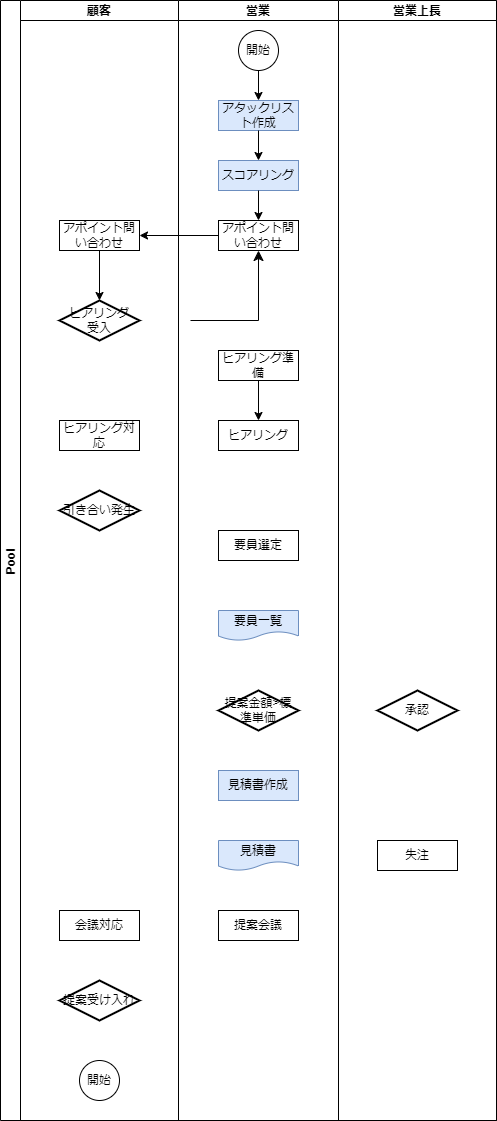
Above: ToBeワークフロー図_堀田20230613.drawio.png in TaikiHorita/TaikiRepository (draw.io), before the change. Source tidied: cells renumbered, new cells last; positions are measured from the earlier drawing's top-left corner, leaving out a move shared by most shapes.
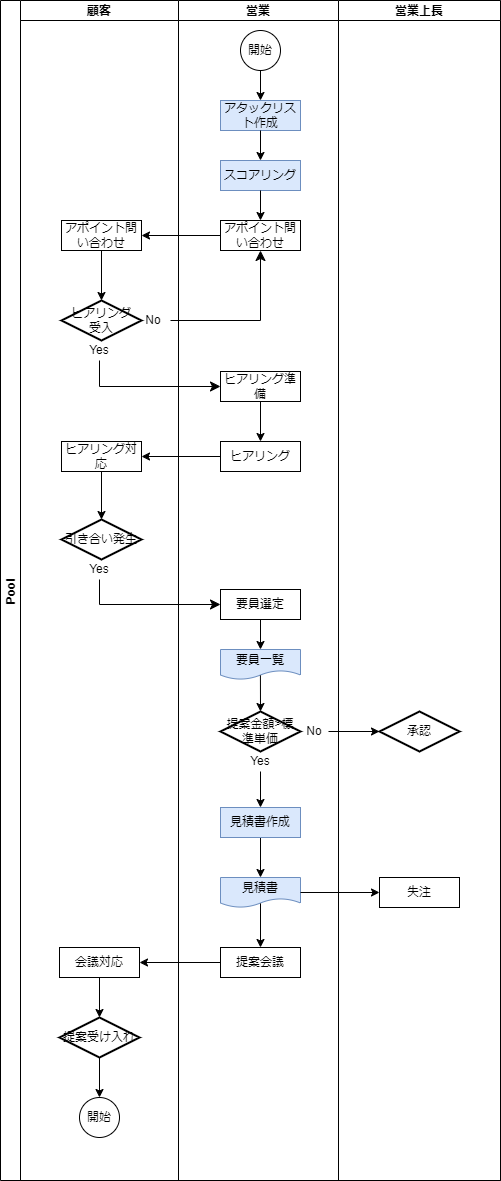
After the commit.

Commit message:
ToBeワークフロー図_堀田20230613.drawio.png を更新します

The edit, as a diff of the source:
```diff
@@ -3,73 +3,97 @@
     <mxCell id="0" />
     <mxCell id="1" parent="0" />
     <mxCell id="2" value="Pool" style="swimlane;startSize=20;horizontal=0;" parent="1" vertex="1">
-      <mxGeometry width="496" height="1120" as="geometry" />
+      <mxGeometry width="500" height="1180" as="geometry" />
     </mxCell>
     <mxCell id="3" value="顧客" style="swimlane;startSize=20;" parent="2" vertex="1">
-      <mxGeometry x="20" width="158" height="1120" as="geometry" />
+      <mxGeometry x="20" width="158" height="1180" as="geometry" />
     </mxCell>
     <mxCell id="4" value="アポイント問い合わせ" style="rounded=0;whiteSpace=wrap;html=1;" parent="3" vertex="1">
-      <mxGeometry x="39" y="220" width="80" height="30" as="geometry" />
+      <mxGeometry x="41" y="220" width="80" height="30" as="geometry" />
     </mxCell>
     <mxCell id="5" value="ヒアリング&lt;br&gt;受入" style="strokeWidth=2;html=1;shape=mxgraph.flowchart.decision;whiteSpace=wrap;" parent="3" vertex="1">
-      <mxGeometry x="39" y="300" width="80" height="40" as="geometry" />
+      <mxGeometry x="41" y="300" width="80" height="40" as="geometry" />
     </mxCell>
     <mxCell id="6" value="ヒアリング対応" style="rounded=0;whiteSpace=wrap;html=1;" parent="3" vertex="1">
-      <mxGeometry x="39" y="420" width="80" height="30" as="geometry" />
+      <mxGeometry x="41" y="441" width="80" height="30" as="geometry" />
     </mxCell>
     <mxCell id="7" value="引き合い発生" style="strokeWidth=2;html=1;shape=mxgraph.flowchart.decision;whiteSpace=wrap;" parent="3" vertex="1">
-      <mxGeometry x="39" y="490" width="80" height="40" as="geometry" />
+      <mxGeometry x="41" y="519" width="80" height="40" as="geometry" />
     </mxCell>
+    <mxCell id="34" style="edgeStyle=orthogonalEdgeStyle;rounded=0;jettySize=auto;html=1;exitX=0.5;exitY=1;exitDx=0;exitDy=0;entryX=0.5;entryY=0;entryDx=0;entryDy=0;entryPerimeter=0;" parent="3" edge="1" source="8" target="9">
+      <mxGeometry relative="1" as="geometry" />
+    </mxCell>
     <mxCell id="8" value="会議対応" style="rounded=0;whiteSpace=wrap;html=1;" parent="3" vertex="1">
-      <mxGeometry x="39" y="910" width="80" height="30" as="geometry" />
+      <mxGeometry x="39" y="947" width="80" height="30" as="geometry" />
     </mxCell>
+    <mxCell id="35" style="edgeStyle=orthogonalEdgeStyle;rounded=0;jettySize=auto;html=1;exitX=0.5;exitY=1;exitDx=0;exitDy=0;exitPerimeter=0;entryX=0.5;entryY=0;entryDx=0;entryDy=0;" parent="3" edge="1" source="9" target="10">
+      <mxGeometry relative="1" as="geometry" />
+    </mxCell>
     <mxCell id="9" value="提案受け入れ" style="strokeWidth=2;html=1;shape=mxgraph.flowchart.decision;whiteSpace=wrap;" parent="3" vertex="1">
-      <mxGeometry x="39" y="980" width="80" height="40" as="geometry" />
+      <mxGeometry x="39" y="1017" width="80" height="40" as="geometry" />
     </mxCell>
     <mxCell id="10" value="開始" style="ellipse;whiteSpace=wrap;html=1;" parent="3" vertex="1">
-      <mxGeometry x="59" y="1060" width="40" height="40" as="geometry" />
+      <mxGeometry x="59" y="1097" width="40" height="40" as="geometry" />
     </mxCell>
     <mxCell id="11" style="endArrow=classic;html=1;rounded=0;exitX=0.5;exitY=1;exitDx=0;exitDy=0;entryX=0.5;entryY=0;entryDx=0;entryDy=0;entryPerimeter=0;" parent="3" edge="1" source="4" target="5">
       <mxGeometry relative="1" as="geometry" />
     </mxCell>
+    <mxCell id="36" value="No" style="text;strokeColor=none;align=center;fillColor=none;html=1;verticalAlign=middle;whiteSpace=wrap;rounded=0;" parent="3" vertex="1">
+      <mxGeometry x="119" y="310" width="28" height="20" as="geometry" />
+    </mxCell>
+    <mxCell id="37" value="Yes" style="text;strokeColor=none;align=center;fillColor=none;html=1;verticalAlign=middle;whiteSpace=wrap;rounded=0;" parent="3" vertex="1">
+      <mxGeometry x="65" y="340" width="28" height="20" as="geometry" />
+    </mxCell>
+    <mxCell id="38" style="endArrow=classic;html=1;rounded=0;entryX=0.5;entryY=0;entryDx=0;entryDy=0;exitX=0.5;exitY=1;exitDx=0;exitDy=0;entryPerimeter=0;" parent="3" edge="1" source="6" target="7">
+      <mxGeometry relative="1" as="geometry" />
+    </mxCell>
+    <mxCell id="39" value="Yes" style="text;strokeColor=none;align=center;fillColor=none;html=1;verticalAlign=middle;whiteSpace=wrap;rounded=0;" parent="3" vertex="1">
+      <mxGeometry x="65" y="559" width="28" height="20" as="geometry" />
+    </mxCell>
     <mxCell id="12" value="営業" style="swimlane;startSize=20;" parent="2" vertex="1">
-      <mxGeometry x="178" width="160" height="1120" as="geometry" />
+      <mxGeometry x="178" width="160" height="1180" as="geometry" />
     </mxCell>
     <mxCell id="13" value="開始" style="ellipse;whiteSpace=wrap;html=1;" parent="12" vertex="1">
-      <mxGeometry x="60" y="30" width="40" height="40" as="geometry" />
+      <mxGeometry x="62" y="30" width="40" height="40" as="geometry" />
     </mxCell>
     <mxCell id="14" value="アタックリスト作成" style="rounded=0;whiteSpace=wrap;html=1;fillColor=#dae8fc;strokeColor=#6c8ebf;" parent="12" vertex="1">
-      <mxGeometry x="40" y="100" width="80" height="30" as="geometry" />
+      <mxGeometry x="42" y="100" width="80" height="30" as="geometry" />
     </mxCell>
     <mxCell id="15" value="スコアリング" style="rounded=0;whiteSpace=wrap;html=1;fillColor=#dae8fc;strokeColor=#6c8ebf;" parent="12" vertex="1">
-      <mxGeometry x="40" y="160" width="80" height="30" as="geometry" />
+      <mxGeometry x="42" y="160" width="80" height="30" as="geometry" />
     </mxCell>
     <mxCell id="16" value="アポイント問い合わせ" style="rounded=0;whiteSpace=wrap;html=1;" parent="12" vertex="1">
-      <mxGeometry x="40" y="220" width="80" height="30" as="geometry" />
+      <mxGeometry x="42" y="220" width="80" height="30" as="geometry" />
     </mxCell>
     <mxCell id="17" value="ヒアリング準備" style="rounded=0;whiteSpace=wrap;html=1;" parent="12" vertex="1">
-      <mxGeometry x="40" y="350" width="80" height="30" as="geometry" />
+      <mxGeometry x="42" y="371" width="80" height="30" as="geometry" />
     </mxCell>
     <mxCell id="18" value="ヒアリング" style="rounded=0;whiteSpace=wrap;html=1;" parent="12" vertex="1">
-      <mxGeometry x="40" y="420" width="80" height="30" as="geometry" />
+      <mxGeometry x="42" y="441" width="80" height="30" as="geometry" />
     </mxCell>
     <mxCell id="19" value="要員選定" style="rounded=0;whiteSpace=wrap;html=1;" parent="12" vertex="1">
-      <mxGeometry x="40" y="530" width="80" height="30" as="geometry" />
+      <mxGeometry x="42" y="589" width="80" height="30" as="geometry" />
     </mxCell>
     <mxCell id="20" value="要員一覧" style="shape=document;whiteSpace=wrap;html=1;boundedLbl=1;fillColor=#dae8fc;strokeColor=#6c8ebf;" parent="12" vertex="1">
-      <mxGeometry x="40" y="610" width="80" height="30" as="geometry" />
+      <mxGeometry x="42" y="649" width="80" height="30" as="geometry" />
     </mxCell>
     <mxCell id="21" value="提案金額&amp;gt;標準単価" style="strokeWidth=2;html=1;shape=mxgraph.flowchart.decision;whiteSpace=wrap;" parent="12" vertex="1">
-      <mxGeometry x="40" y="690" width="80" height="40" as="geometry" />
+      <mxGeometry x="42" y="711" width="80" height="40" as="geometry" />
     </mxCell>
+    <mxCell id="40" style="edgeStyle=orthogonalEdgeStyle;rounded=0;jettySize=auto;html=1;exitX=0.5;exitY=1;exitDx=0;exitDy=0;" parent="12" edge="1" source="22" target="23">
+      <mxGeometry relative="1" as="geometry" />
+    </mxCell>
     <mxCell id="22" value="見積書作成" style="rounded=0;whiteSpace=wrap;html=1;fillColor=#dae8fc;strokeColor=#6c8ebf;" parent="12" vertex="1">
-      <mxGeometry x="40" y="770" width="80" height="30" as="geometry" />
+      <mxGeometry x="42" y="807" width="80" height="30" as="geometry" />
     </mxCell>
     <mxCell id="23" value="見積書" style="shape=document;whiteSpace=wrap;html=1;boundedLbl=1;fillColor=#dae8fc;strokeColor=#6c8ebf;" parent="12" vertex="1">
-      <mxGeometry x="40" y="840" width="80" height="30" as="geometry" />
+      <mxGeometry x="42" y="877" width="80" height="30" as="geometry" />
     </mxCell>
+    <mxCell id="41" style="edgeStyle=orthogonalEdgeStyle;rounded=0;jettySize=auto;html=1;exitX=0.5;exitY=0.864;exitDx=0;exitDy=0;exitPerimeter=0;entryX=0.5;entryY=0;entryDx=0;entryDy=0;" parent="12" edge="1" source="23" target="24">
+      <mxGeometry relative="1" as="geometry" />
+    </mxCell>
     <mxCell id="24" value="提案会議" style="rounded=0;whiteSpace=wrap;html=1;" parent="12" vertex="1">
-      <mxGeometry x="40" y="910" width="80" height="30" as="geometry" />
+      <mxGeometry x="42" y="947" width="80" height="30" as="geometry" />
     </mxCell>
     <mxCell id="25" style="endArrow=classic;html=1;rounded=0;exitX=0.5;exitY=1;exitDx=0;exitDy=0;entryX=0.5;entryY=0;entryDx=0;entryDy=0;" parent="12" edge="1" source="13" target="14">
       <mxGeometry relative="1" as="geometry" />
@@ -83,25 +107,66 @@
     <mxCell id="28" style="endArrow=classic;html=1;rounded=0;entryX=0.5;entryY=0;entryDx=0;entryDy=0;exitX=0.5;exitY=1;exitDx=0;exitDy=0;" parent="12" edge="1" source="17" target="18">
       <mxGeometry relative="1" as="geometry" />
     </mxCell>
+    <mxCell id="42" style="endArrow=classic;html=1;rounded=0;entryX=0.5;entryY=0;entryDx=0;entryDy=0;exitX=0.5;exitY=1;exitDx=0;exitDy=0;" parent="12" edge="1" source="19" target="20">
+      <mxGeometry relative="1" as="geometry" />
+    </mxCell>
+    <mxCell id="43" style="endArrow=classic;html=1;rounded=0;entryX=0.5;entryY=0;entryDx=0;entryDy=0;entryPerimeter=0;exitX=0.499;exitY=0.862;exitDx=0;exitDy=0;exitPerimeter=0;" parent="12" edge="1" source="20" target="21">
+      <mxGeometry relative="1" as="geometry" />
+    </mxCell>
+    <mxCell id="44" style="endArrow=classic;html=1;rounded=0;entryX=0.5;entryY=0;entryDx=0;entryDy=0;exitX=0.5;exitY=1;exitDx=0;exitDy=0;" parent="12" edge="1" source="46" target="22">
+      <mxGeometry relative="1" as="geometry" />
+    </mxCell>
+    <mxCell id="45" value="No" style="text;strokeColor=none;align=center;fillColor=none;html=1;verticalAlign=middle;whiteSpace=wrap;rounded=0;" parent="12" vertex="1">
+      <mxGeometry x="122" y="721" width="28" height="20" as="geometry" />
+    </mxCell>
+    <mxCell id="46" value="Yes" style="text;strokeColor=none;align=center;fillColor=none;html=1;verticalAlign=middle;whiteSpace=wrap;rounded=0;" parent="12" vertex="1">
+      <mxGeometry x="68" y="751" width="28" height="20" as="geometry" />
+    </mxCell>
     <mxCell id="29" value="営業上長" style="swimlane;startSize=20;" parent="2" vertex="1">
-      <mxGeometry x="338" width="158" height="1120" as="geometry" />
+      <mxGeometry x="338" width="162" height="1180" as="geometry" />
     </mxCell>
     <mxCell id="30" value="承認" style="strokeWidth=2;html=1;shape=mxgraph.flowchart.decision;whiteSpace=wrap;" parent="29" vertex="1">
-      <mxGeometry x="39" y="690" width="80" height="40" as="geometry" />
+      <mxGeometry x="41" y="711" width="80" height="40" as="geometry" />
     </mxCell>
     <mxCell id="31" value="失注" style="rounded=0;whiteSpace=wrap;html=1;" parent="29" vertex="1">
-      <mxGeometry x="39" y="840" width="80" height="30" as="geometry" />
+      <mxGeometry x="41" y="877" width="80" height="30" as="geometry" />
     </mxCell>
     <mxCell id="32" style="endArrow=classic;html=1;rounded=0;exitX=0;exitY=0.5;exitDx=0;exitDy=0;entryX=1;entryY=0.5;entryDx=0;entryDy=0;" parent="2" edge="1" source="16" target="4">
       <mxGeometry relative="1" as="geometry" />
     </mxCell>
     <mxCell id="33" style="edgeStyle=elbowEdgeStyle;elbow=vertical;endArrow=classic;html=1;curved=0;rounded=0;endSize=8;startSize=8;entryX=0.5;entryY=1;entryDx=0;entryDy=0;" parent="2" edge="1" target="16">
       <mxGeometry relative="1" as="geometry">
-        <mxPoint x="190" y="320" as="sourcePoint" />
+        <mxPoint x="170" y="320" as="sourcePoint" />
         <Array as="points">
           <mxPoint x="200" y="320" />
         </Array>
       </mxGeometry>
     </mxCell>
+    <mxCell id="47" style="edgeStyle=elbowEdgeStyle;elbow=vertical;endArrow=classic;html=1;curved=0;rounded=0;endSize=8;startSize=8;exitX=0.5;exitY=1;exitDx=0;exitDy=0;entryX=0;entryY=0.5;entryDx=0;entryDy=0;" parent="2" edge="1" source="37" target="17">
+      <mxGeometry relative="1" as="geometry">
+        <Array as="points">
+          <mxPoint x="160" y="386" />
+        </Array>
+      </mxGeometry>
+    </mxCell>
+    <mxCell id="48" style="edgeStyle=elbowEdgeStyle;elbow=vertical;endArrow=classic;html=1;curved=0;rounded=0;endSize=8;startSize=8;exitX=0.5;exitY=1;exitDx=0;exitDy=0;entryX=0;entryY=0.5;entryDx=0;entryDy=0;" parent="2" edge="1" source="39" target="19">
+      <mxGeometry relative="1" as="geometry">
+        <Array as="points">
+          <mxPoint x="160" y="604" />
+        </Array>
+      </mxGeometry>
+    </mxCell>
+    <mxCell id="49" style="endArrow=classic;html=1;rounded=0;entryX=1;entryY=0.5;entryDx=0;entryDy=0;exitX=0;exitY=0.5;exitDx=0;exitDy=0;" parent="2" edge="1" source="18" target="6">
+      <mxGeometry relative="1" as="geometry" />
+    </mxCell>
+    <mxCell id="50" style="edgeStyle=orthogonalEdgeStyle;rounded=0;jettySize=auto;html=1;exitX=1;exitY=0.5;exitDx=0;exitDy=0;entryX=0;entryY=0.5;entryDx=0;entryDy=0;" parent="2" edge="1" source="23" target="31">
+      <mxGeometry relative="1" as="geometry" />
+    </mxCell>
+    <mxCell id="51" style="edgeStyle=orthogonalEdgeStyle;rounded=0;jettySize=auto;html=1;exitX=0;exitY=0.5;exitDx=0;exitDy=0;" parent="2" edge="1" source="24" target="8">
+      <mxGeometry relative="1" as="geometry" />
+    </mxCell>
+    <mxCell id="52" style="edgeStyle=orthogonalEdgeStyle;rounded=0;jettySize=auto;html=1;entryX=0;entryY=0.5;entryDx=0;entryDy=0;entryPerimeter=0;exitX=1;exitY=0.5;exitDx=0;exitDy=0;" parent="2" edge="1" source="45" target="30">
+      <mxGeometry relative="1" as="geometry" />
+    </mxCell>
   </root>
 </mxGraphModel>
```
